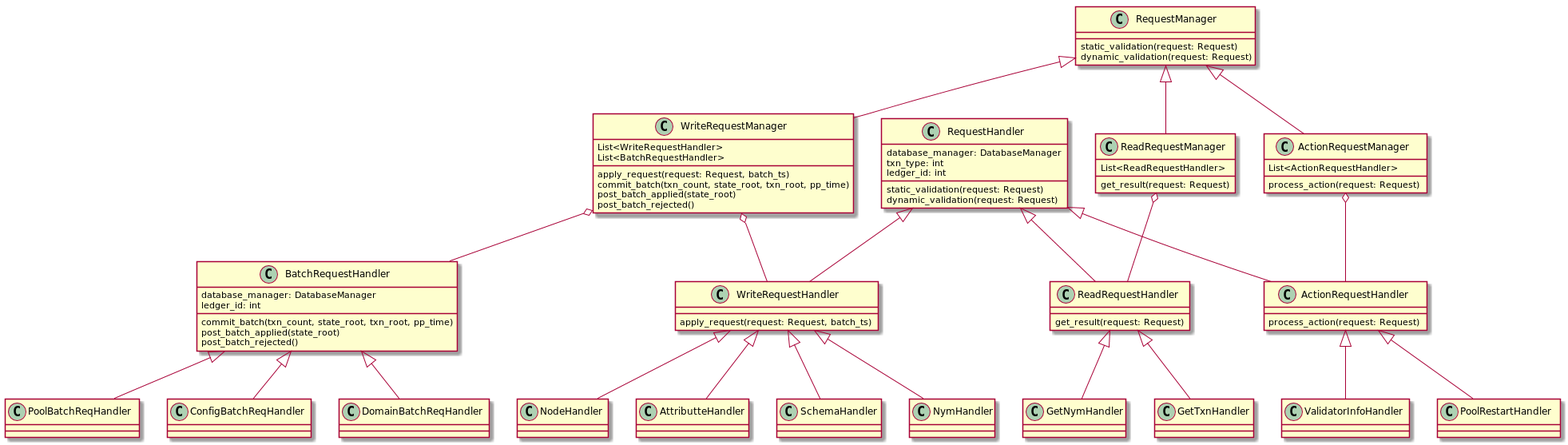
Earlier version of the PlantUML export design/request_management.png (hyperledger/indy-node). Its diagram source:
```plantuml
@startuml
class RequestManager{
static_validation(request: Request)
dynamic_validation(request: Request)
}

class WriteRequestManager{
  List<WriteRequestHandler>
  List<BatchRequestHandler>
}

class ReadRequestManager{
  List<ReadRequestHandler>
}

class ActionRequestManager{
  List<ActionRequestHandler>
}

class WriteRequestManager{
apply_request(request: Request, batch_ts)
commit_batch(txn_count, state_root, txn_root, pp_time)
post_batch_applied(state_root)
post_batch_rejected()
}

class WriteRequestHandler{
apply_request(request: Request, batch_ts)
}

class BatchRequestHandler{
database_manager: DatabaseManager
ledger_id: int
commit_batch(txn_count, state_root, txn_root, pp_time)
post_batch_applied(state_root)
post_batch_rejected()
}

class ReadRequestManager{
get_result(request: Request)
}

class ReadRequestHandler{
get_result(request: Request)
}

class ActionRequestManager{
process_action(request: Request)
}

class ActionRequestHandler{
process_action(request: Request)
}

class RequestHandler{
database_manager: DatabaseManager
txn_type: int
ledger_id: int
static_validation(request: Request)
dynamic_validation(request: Request)
}

RequestHandler <|-- ActionRequestHandler
RequestHandler <|-- ReadRequestHandler
RequestHandler <|-- WriteRequestHandler

RequestManager <|-- WriteRequestManager
RequestManager <|-- ReadRequestManager
RequestManager <|-- ActionRequestManager

BatchRequestHandler <|-- DomainBatchReqHandler
BatchRequestHandler <|-- PoolBatchReqHandler
BatchRequestHandler <|-- ConfigBatchReqHandler

WriteRequestManager o-- WriteRequestHandler
WriteRequestManager o-- BatchRequestHandler

ReadRequestManager o-- ReadRequestHandler

ActionRequestManager o-- ActionRequestHandler

WriteRequestHandler<|-- NymHandler
WriteRequestHandler<|-- NodeHandler
WriteRequestHandler<|-- AttributteHandler
WriteRequestHandler<|-- SchemaHandler

ReadRequestHandler<|-- GetTxnHandler
ReadRequestHandler<|-- GetNymHandler

ActionRequestHandler <|-- PoolRestartHandler
ActionRequestHandler <|-- ValidatorInfoHandler
@enduml
```
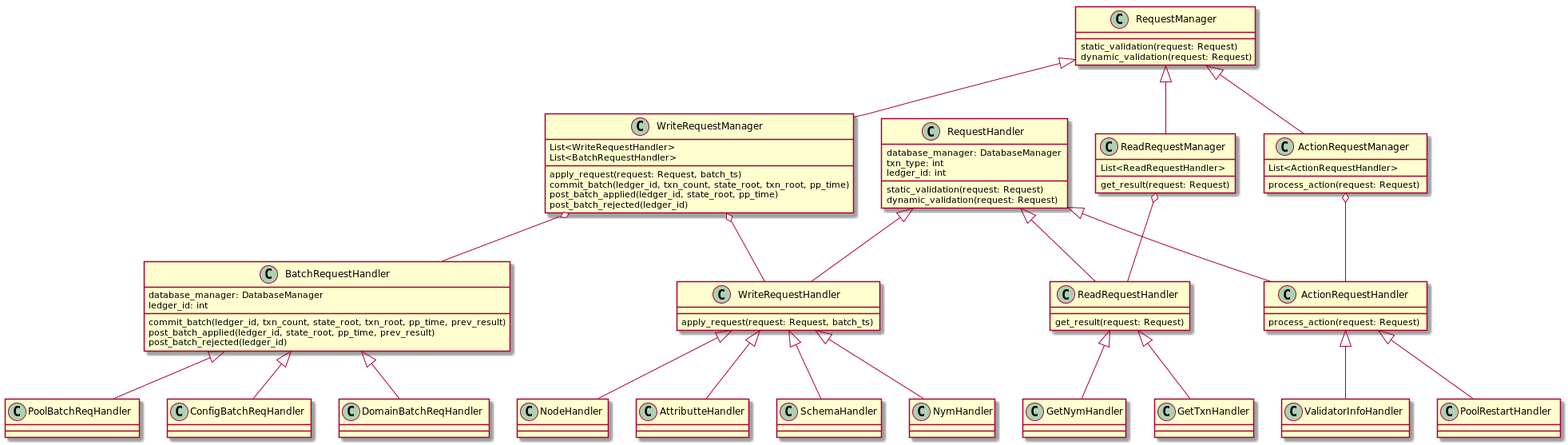
Above is the later version.

Commit message:
update diagram for pluggable request handlers

Change to the diagram source:
```diff
@@ -19,9 +19,9 @@
 
 class WriteRequestManager{
 apply_request(request: Request, batch_ts)
-commit_batch(txn_count, state_root, txn_root, pp_time)
-post_batch_applied(state_root)
-post_batch_rejected()
+commit_batch(ledger_id, txn_count, state_root, txn_root, pp_time)
+post_batch_applied(ledger_id, state_root, pp_time)
+post_batch_rejected(ledger_id)
 }
 
 class WriteRequestHandler{
@@ -31,9 +31,9 @@
 class BatchRequestHandler{
 database_manager: DatabaseManager
 ledger_id: int
-commit_batch(txn_count, state_root, txn_root, pp_time)
-post_batch_applied(state_root)
-post_batch_rejected()
+commit_batch(ledger_id, txn_count, state_root, txn_root, pp_time, prev_result)
+post_batch_applied(ledger_id, state_root, pp_time, prev_result)
+post_batch_rejected(ledger_id)
 }
 
 class ReadRequestManager{
```
